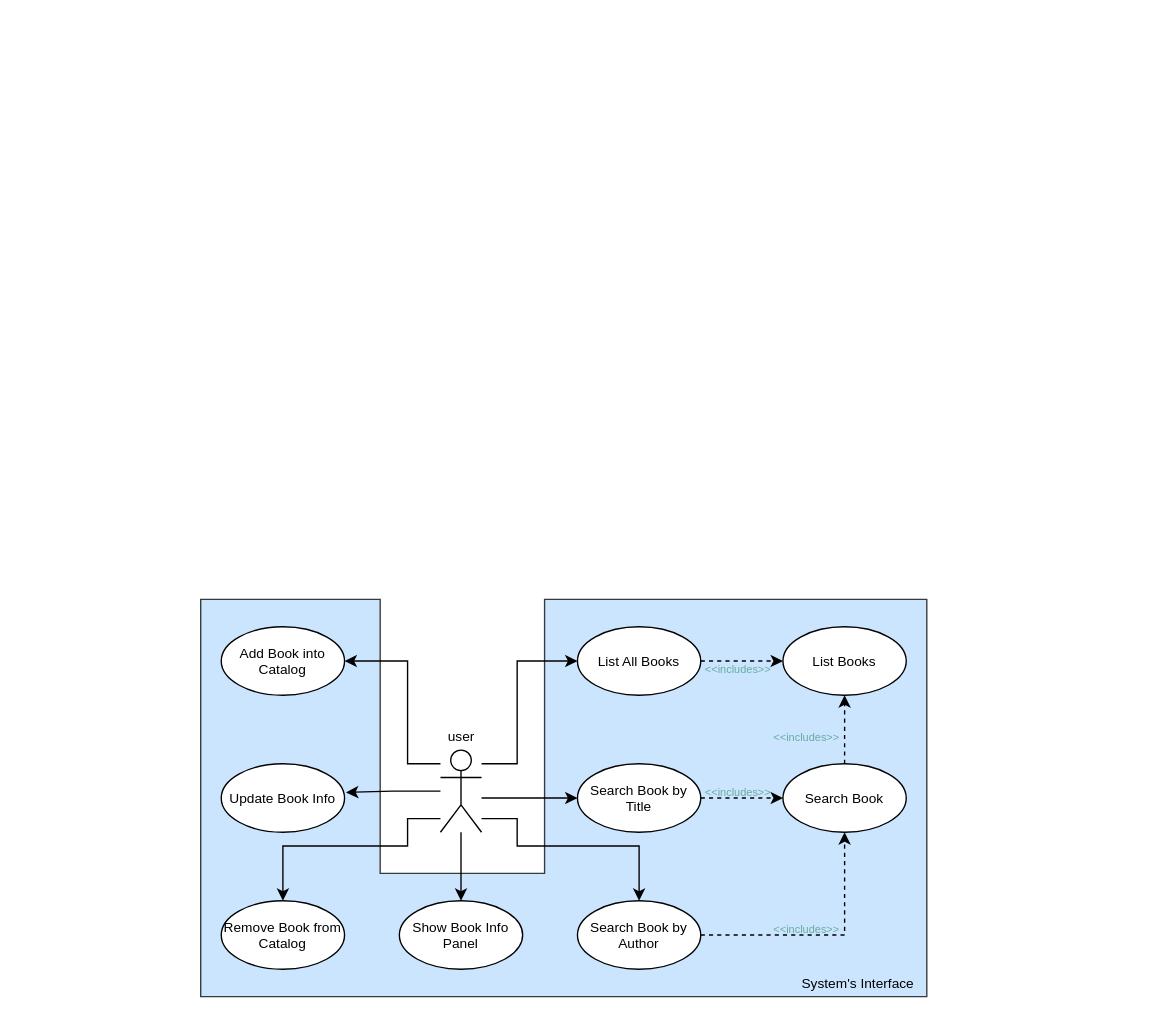
This is images/usecase-diagram.drawio from nasccped/PITCC-exercise, a draw.io file, before an edit. Source tidied: cells renumbered, new cells numbered last; positions are measured from the earlier drawing's top-left corner, leaving out a move shared by most shapes. Both pictures are drawn from the tidied source at 137%, with x=0, y=0 at pixel (200, 599).
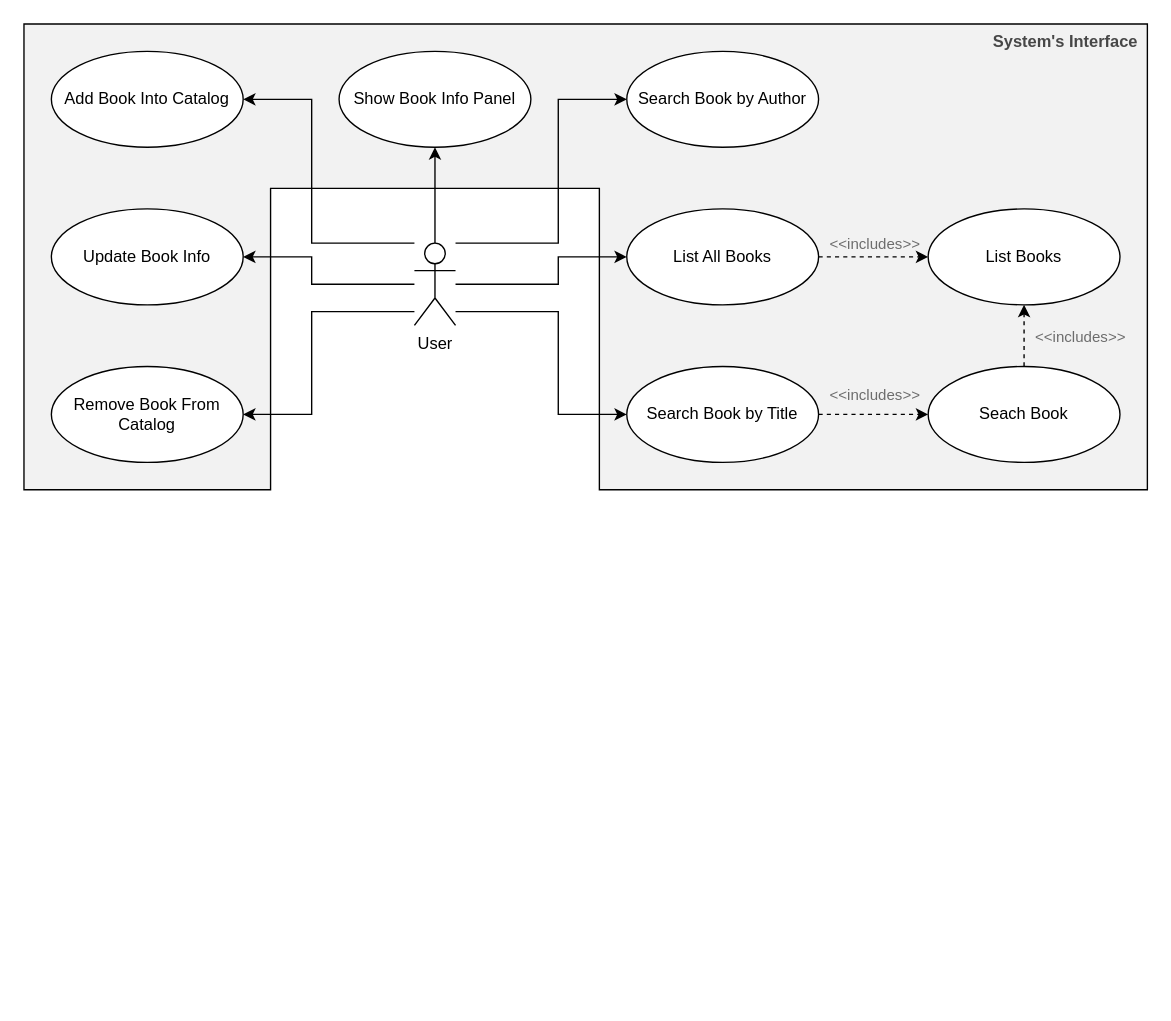
The same page after the edit.

Commit message (it also covers changes not shown here):
docs(fix): visual -> melhor representação

The edit, as a diff of the source:
```diff
@@
-<mxGraphModel background="light-dark(#FFFFFF,#FFFFFF)">
+<mxGraphModel>
@@
-    <mxCell id="2" style="shape=mxgraph.basic.polygon;polyCoords=[[0,0],[0.24717,0],[0.24717,0.68966],[0.47358,0.68966],[0.47358,0],[1,0],[1,1],[0,1]];polyCurves=[[],[],[],[],[],[],[],[]];polyline=0;whiteSpace=wrap;html=1;fillColor=light-dark(#CCE5FF,#9AC7BF);strokeColor=light-dark(#36393D,#1A1A1A);" parent="1" vertex="1">
-      <mxGeometry width="530" height="290" as="geometry" />
-    </mxCell>
-    <mxCell id="3" style="edgeStyle=orthogonalEdgeStyle;rounded=0;jettySize=auto;html=1;entryX=0;entryY=0.5;entryDx=0;entryDy=0;spacingTop=-80;spacing=0;strokeColor=light-dark(#000000,#1A1A1A);" parent="1" edge="1" source="9" target="19">
-      <mxGeometry relative="1" as="geometry">
-        <Array as="points">
-          <mxPoint x="231" y="120" />
-          <mxPoint x="231" y="45" />
-        </Array>
-      </mxGeometry>
-    </mxCell>
-    <mxCell id="4" style="edgeStyle=orthogonalEdgeStyle;rounded=0;jettySize=auto;html=1;entryX=0;entryY=0.5;entryDx=0;entryDy=0;spacingTop=-80;spacing=0;strokeColor=light-dark(#000000,#1A1A1A);" parent="1" edge="1" source="9" target="17">
-      <mxGeometry relative="1" as="geometry">
-        <Array as="points">
-          <mxPoint x="235" y="145" />
-          <mxPoint x="235" y="145" />
-        </Array>
-      </mxGeometry>
-    </mxCell>
-    <mxCell id="5" style="edgeStyle=orthogonalEdgeStyle;rounded=0;jettySize=auto;html=1;entryX=1;entryY=0.5;entryDx=0;entryDy=0;spacingTop=-80;spacing=0;strokeColor=light-dark(#000000,#1A1A1A);" parent="1" edge="1" source="9" target="21">
-      <mxGeometry relative="1" as="geometry">
-        <Array as="points">
-          <mxPoint x="151" y="120" />
-          <mxPoint x="151" y="45" />
-        </Array>
-      </mxGeometry>
-    </mxCell>
-    <mxCell id="6" style="edgeStyle=orthogonalEdgeStyle;rounded=0;jettySize=auto;html=1;entryX=0.5;entryY=0;entryDx=0;entryDy=0;spacingTop=-80;spacing=0;strokeColor=light-dark(#000000,#1A1A1A);" parent="1" edge="1" source="9" target="23">
-      <mxGeometry relative="1" as="geometry">
-        <Array as="points">
-          <mxPoint x="151" y="160" />
-          <mxPoint x="151" y="180" />
-          <mxPoint x="60" y="180" />
-        </Array>
-      </mxGeometry>
-    </mxCell>
-    <mxCell id="7" style="edgeStyle=orthogonalEdgeStyle;rounded=0;jettySize=auto;html=1;entryX=0.5;entryY=0;entryDx=0;entryDy=0;spacingTop=-80;spacing=0;strokeColor=light-dark(#000000,#1A1A1A);" parent="1" edge="1" source="9" target="20">
-      <mxGeometry relative="1" as="geometry" />
-    </mxCell>
-    <mxCell id="8" style="edgeStyle=orthogonalEdgeStyle;rounded=0;jettySize=auto;html=1;entryX=0.5;entryY=0;entryDx=0;entryDy=0;spacingTop=-80;spacing=0;strokeColor=light-dark(#000000,#1A1A1A);" parent="1" edge="1" source="9" target="13">
-      <mxGeometry relative="1" as="geometry">
-        <Array as="points">
-          <mxPoint x="231" y="160" />
-          <mxPoint x="231" y="180" />
-          <mxPoint x="320" y="180" />
-        </Array>
-      </mxGeometry>
-    </mxCell>
-    <mxCell id="9" value="user" style="shape=umlActor;verticalLabelPosition=bottom;verticalAlign=top;html=1;fontSize=10;spacingRight=0;spacingTop=-80;spacing=0;strokeColor=light-dark(#000000,#1A1A1A);fillColor=light-dark(#FFFFFF,#FFFFFF);fontColor=light-dark(#000000,#1A1A1A);" parent="1" vertex="1">
-      <mxGeometry x="175" y="110" width="30" height="60" as="geometry" />
-    </mxCell>
+    <mxCell id="29" style="shape=mxgraph.basic.polygon;polyCoords=[[0,1],[0.21951,1],[0.21951,0.35294],[0.5122,0.35294],[0.5122,1],[1,1],[1,0],[0,0]];polyCurves=[[],[],[],[],[],[],[],[]];polyline=0;whiteSpace=wrap;html=1;fillColor=light-dark(#f2f2f2, #B5739D);" parent="1" vertex="1">
+      <mxGeometry x="-129" y="-420" width="820" height="340" as="geometry" />
+    </mxCell>
+    <mxCell id="30" value="Add Book Into Catalog" style="ellipse;whiteSpace=wrap;html=1;" parent="1" vertex="1">
+      <mxGeometry x="-109" y="-400" width="140" height="70" as="geometry" />
+    </mxCell>
+    <mxCell id="22" value="Update Book Info" style="ellipse;whiteSpace=wrap;html=1;" parent="1" vertex="1">
+      <mxGeometry x="-109" y="-285" width="140" height="70" as="geometry" />
+    </mxCell>
+    <mxCell id="20" value="Show Book Info Panel" style="ellipse;whiteSpace=wrap;html=1;" parent="1" vertex="1">
+      <mxGeometry x="101" y="-400" width="140" height="70" as="geometry" />
+    </mxCell>
+    <mxCell id="18" style="edgeStyle=orthogonalEdgeStyle;rounded=0;jettySize=auto;html=1;entryX=0;entryY=0.5;entryDx=0;entryDy=0;dashed=1;" parent="1" edge="1" source="19" target="10">
+      <mxGeometry relative="1" as="geometry" />
+    </mxCell>
+    <mxCell id="31" value="&amp;lt;&amp;lt;includes&amp;gt;&amp;gt;" style="edgeLabel;html=1;align=center;verticalAlign=middle;labelBackgroundColor=none;textOpacity=55;" parent="18" vertex="1">
+      <mxGeometry x="-0.02" y="1" relative="1" as="geometry">
+        <mxPoint x="1" y="-9" as="offset" />
+      </mxGeometry>
+    </mxCell>
+    <mxCell id="19" value="List All Books" style="ellipse;whiteSpace=wrap;html=1;" parent="1" vertex="1">
+      <mxGeometry x="311" y="-285" width="140" height="70" as="geometry" />
+    </mxCell>
+    <mxCell id="32" style="edgeStyle=orthogonalEdgeStyle;rounded=0;jettySize=auto;html=1;entryX=0.5;entryY=1;entryDx=0;entryDy=0;dashed=1;" parent="1" edge="1" source="33" target="10">
+      <mxGeometry relative="1" as="geometry" />
+    </mxCell>
+    <mxCell id="33" value="Seach Book" style="ellipse;whiteSpace=wrap;html=1;" parent="1" vertex="1">
+      <mxGeometry x="531" y="-170" width="140" height="70" as="geometry" />
+    </mxCell>
+    <mxCell id="34" value="Remove Book From Catalog" style="ellipse;whiteSpace=wrap;html=1;" parent="1" vertex="1">
+      <mxGeometry x="-109" y="-170" width="140" height="70" as="geometry" />
+    </mxCell>
-    <mxCell id="10" value="List Books" style="ellipse;whiteSpace=wrap;html=1;fontSize=10;fontColor=light-dark(#000000,#1A1A1A);fillColor=light-dark(#FFFFFF,#D5E8D4);strokeColor=light-dark(#000000,#1A1A1A);" parent="1" vertex="1">
-      <mxGeometry x="425" y="20" width="90" height="50" as="geometry" />
+    <mxCell id="10" value="List Books" style="ellipse;whiteSpace=wrap;html=1;" parent="1" vertex="1">
+      <mxGeometry x="531" y="-285" width="140" height="70" as="geometry" />
     </mxCell>
-    <mxCell id="11" style="edgeStyle=orthogonalEdgeStyle;rounded=0;jettySize=auto;html=1;entryX=0.5;entryY=1;entryDx=0;entryDy=0;dashed=1;strokeColor=light-dark(#000000,#1A1A1A);" parent="1" edge="1" source="13" target="15">
-      <mxGeometry relative="1" as="geometry" />
-    </mxCell>
-    <mxCell id="12" value="&amp;lt;&amp;lt;includes&lt;span&gt;&amp;gt;&amp;gt;&lt;/span&gt;" style="edgeLabel;html=1;align=center;verticalAlign=middle;fontSize=8;labelBackgroundColor=none;fontColor=#67AB9F;labelBorderColor=none;" parent="11" vertex="1">
-      <mxGeometry x="-0.36" y="-1" relative="1" as="geometry">
-        <mxPoint x="18" y="-6" as="offset" />
-      </mxGeometry>
-    </mxCell>
-    <mxCell id="13" value="Search Book by Author" style="ellipse;whiteSpace=wrap;html=1;fontSize=10;fontColor=light-dark(#000000,#1A1A1A);fillColor=light-dark(#FFFFFF,#D5E8D4);strokeColor=light-dark(#000000,#1A1A1A);" parent="1" vertex="1">
-      <mxGeometry x="275" y="220" width="90" height="50" as="geometry" />
+    <mxCell id="13" value="Search Book by Author" style="ellipse;whiteSpace=wrap;html=1;" parent="1" vertex="1">
+      <mxGeometry x="311" y="-400" width="140" height="70" as="geometry" />
     </mxCell>
-    <mxCell id="14" style="edgeStyle=orthogonalEdgeStyle;rounded=0;jettySize=auto;html=1;entryX=0.5;entryY=1;entryDx=0;entryDy=0;dashed=1;strokeColor=light-dark(#000000,#1A1A1A);" parent="1" edge="1" source="15" target="10">
-      <mxGeometry relative="1" as="geometry" />
-    </mxCell>
-    <mxCell id="15" value="Search B&lt;span style=&quot;background-color: transparent;&quot;&gt;ook&lt;/span&gt;" style="ellipse;whiteSpace=wrap;html=1;fontSize=10;fontColor=light-dark(#000000,#1A1A1A);fillColor=light-dark(#FFFFFF,#D5E8D4);strokeColor=light-dark(#000000,#1A1A1A);" parent="1" vertex="1">
-      <mxGeometry x="425" y="120" width="90" height="50" as="geometry" />
-    </mxCell>
-    <mxCell id="16" style="edgeStyle=orthogonalEdgeStyle;rounded=0;jettySize=auto;html=1;entryX=0;entryY=0.5;entryDx=0;entryDy=0;dashed=1;strokeColor=light-dark(#000000,#1A1A1A);" parent="1" edge="1" source="17" target="15">
-      <mxGeometry relative="1" as="geometry" />
-    </mxCell>
+    <mxCell id="35" style="edgeStyle=orthogonalEdgeStyle;rounded=0;jettySize=auto;html=1;entryX=0;entryY=0.5;entryDx=0;entryDy=0;dashed=1;" parent="1" edge="1" source="17" target="33">
+      <mxGeometry relative="1" as="geometry" />
+    </mxCell>
-    <mxCell id="17" value="Search Book by Title" style="ellipse;whiteSpace=wrap;html=1;fontSize=10;fontColor=light-dark(#000000,#1A1A1A);fillColor=light-dark(#FFFFFF,#D5E8D4);strokeColor=light-dark(#000000,#1A1A1A);" parent="1" vertex="1">
-      <mxGeometry x="275" y="120" width="90" height="50" as="geometry" />
+    <mxCell id="17" value="Search Book by Title" style="ellipse;whiteSpace=wrap;html=1;" parent="1" vertex="1">
+      <mxGeometry x="311" y="-170" width="140" height="70" as="geometry" />
     </mxCell>
-    <mxCell id="18" style="edgeStyle=orthogonalEdgeStyle;rounded=0;jettySize=auto;html=1;entryX=0;entryY=0.5;entryDx=0;entryDy=0;dashed=1;strokeColor=light-dark(#000000,#1A1A1A);" parent="1" edge="1" source="19" target="10">
-      <mxGeometry relative="1" as="geometry" />
-    </mxCell>
-    <mxCell id="19" value="List All Books" style="ellipse;whiteSpace=wrap;html=1;labelBackgroundColor=none;fontSize=10;fontColor=light-dark(#000000,#1A1A1A);fillColor=light-dark(#FFFFFF,#D5E8D4);strokeColor=light-dark(#000000,#1A1A1A);" parent="1" vertex="1">
-      <mxGeometry x="275" y="20" width="90" height="50" as="geometry" />
-    </mxCell>
-    <mxCell id="20" value="Show Book Info Panel" style="ellipse;whiteSpace=wrap;html=1;fontSize=10;fontColor=light-dark(#000000,#1A1A1A);fillColor=light-dark(#FFFFFF,#D5E8D4);strokeColor=light-dark(#000000,#1A1A1A);" parent="1" vertex="1">
-      <mxGeometry x="145" y="220" width="90" height="50" as="geometry" />
-    </mxCell>
-    <mxCell id="21" value="Add Book into Catalog" style="ellipse;whiteSpace=wrap;html=1;fontSize=10;fontColor=light-dark(#000000,#1A1A1A);fillColor=light-dark(#FFFFFF,#D5E8D4);strokeColor=light-dark(#000000,#1A1A1A);" parent="1" vertex="1">
-      <mxGeometry x="15" y="20" width="90" height="50" as="geometry" />
-    </mxCell>
-    <mxCell id="22" value="Update Book Info" style="ellipse;whiteSpace=wrap;html=1;fontSize=10;fontColor=light-dark(#000000,#1A1A1A);fillColor=light-dark(#FFFFFF,#D5E8D4);strokeColor=light-dark(#000000,#1A1A1A);" parent="1" vertex="1">
-      <mxGeometry x="15" y="120" width="90" height="50" as="geometry" />
-    </mxCell>
-    <mxCell id="23" value="Remove Book from Catalog" style="ellipse;whiteSpace=wrap;html=1;fontSize=10;fontColor=light-dark(#000000,#1A1A1A);fillColor=light-dark(#FFFFFF,#D5E8D4);strokeColor=light-dark(#000000,#1A1A1A);" parent="1" vertex="1">
-      <mxGeometry x="15" y="220" width="90" height="50" as="geometry" />
-    </mxCell>
-    <mxCell id="24" style="edgeStyle=orthogonalEdgeStyle;rounded=0;jettySize=auto;html=1;entryX=1.012;entryY=0.418;entryDx=0;entryDy=0;entryPerimeter=0;spacingTop=-80;spacing=0;strokeColor=light-dark(#000000,#1A1A1A);" parent="1" edge="1" source="9" target="22">
-      <mxGeometry relative="1" as="geometry" />
-    </mxCell>
-    <mxCell id="25" value="&amp;lt;&amp;lt;includes&lt;span&gt;&amp;gt;&amp;gt;&lt;/span&gt;" style="edgeLabel;html=1;align=center;verticalAlign=middle;fontSize=8;labelBackgroundColor=none;fontColor=#67AB9F;labelBorderColor=none;" parent="1" vertex="1">
-      <mxGeometry x="391" y="140" as="geometry" />
-    </mxCell>
-    <mxCell id="26" value="&amp;lt;&amp;lt;includes&lt;span&gt;&amp;gt;&amp;gt;&lt;/span&gt;" style="edgeLabel;html=1;align=center;verticalAlign=middle;fontSize=8;labelBackgroundColor=none;fontColor=#67AB9F;labelBorderColor=none;" parent="1" vertex="1">
-      <mxGeometry x="441" y="100" as="geometry" />
-    </mxCell>
-    <mxCell id="27" value="&amp;lt;&amp;lt;includes&lt;span&gt;&amp;gt;&amp;gt;&lt;/span&gt;" style="edgeLabel;html=1;align=center;verticalAlign=middle;fontSize=8;labelBackgroundColor=none;fontColor=#67AB9F;labelBorderColor=none;" parent="1" vertex="1">
-      <mxGeometry x="391" y="50" as="geometry" />
-    </mxCell>
+    <mxCell id="36" style="edgeStyle=orthogonalEdgeStyle;rounded=0;jettySize=auto;html=1;entryX=1;entryY=0.5;entryDx=0;entryDy=0;" parent="1" edge="1" source="43" target="22">
+      <mxGeometry relative="1" as="geometry">
+        <Array as="points">
+          <mxPoint x="81" y="-230" />
+          <mxPoint x="81" y="-250" />
+        </Array>
+      </mxGeometry>
+    </mxCell>
+    <mxCell id="37" style="edgeStyle=orthogonalEdgeStyle;rounded=0;jettySize=auto;html=1;entryX=1;entryY=0.5;entryDx=0;entryDy=0;" parent="1" edge="1" source="43" target="34">
+      <mxGeometry relative="1" as="geometry">
+        <Array as="points">
+          <mxPoint x="81" y="-210" />
+          <mxPoint x="81" y="-135" />
+        </Array>
+      </mxGeometry>
+    </mxCell>
+    <mxCell id="38" style="edgeStyle=orthogonalEdgeStyle;rounded=0;jettySize=auto;html=1;entryX=1;entryY=0.5;entryDx=0;entryDy=0;" parent="1" edge="1" source="43" target="30">
+      <mxGeometry relative="1" as="geometry">
+        <Array as="points">
+          <mxPoint x="81" y="-260" />
+          <mxPoint x="81" y="-365" />
+        </Array>
+      </mxGeometry>
+    </mxCell>
+    <mxCell id="39" style="edgeStyle=orthogonalEdgeStyle;rounded=0;jettySize=auto;html=1;entryX=0.5;entryY=1;entryDx=0;entryDy=0;" parent="1" edge="1" source="43" target="20">
+      <mxGeometry relative="1" as="geometry" />
+    </mxCell>
+    <mxCell id="40" style="edgeStyle=orthogonalEdgeStyle;rounded=0;jettySize=auto;html=1;entryX=0;entryY=0.5;entryDx=0;entryDy=0;" parent="1" edge="1" source="43" target="19">
+      <mxGeometry relative="1" as="geometry">
+        <Array as="points">
+          <mxPoint x="261" y="-230" />
+          <mxPoint x="261" y="-250" />
+        </Array>
+      </mxGeometry>
+    </mxCell>
+    <mxCell id="41" style="edgeStyle=orthogonalEdgeStyle;rounded=0;jettySize=auto;html=1;entryX=0;entryY=0.5;entryDx=0;entryDy=0;" parent="1" edge="1" source="43" target="17">
+      <mxGeometry relative="1" as="geometry">
+        <Array as="points">
+          <mxPoint x="261" y="-210" />
+          <mxPoint x="261" y="-135" />
+        </Array>
+      </mxGeometry>
+    </mxCell>
+    <mxCell id="42" style="edgeStyle=orthogonalEdgeStyle;rounded=0;jettySize=auto;html=1;entryX=0;entryY=0.5;entryDx=0;entryDy=0;" parent="1" edge="1" source="43" target="13">
+      <mxGeometry relative="1" as="geometry">
+        <Array as="points">
+          <mxPoint x="261" y="-260" />
+          <mxPoint x="261" y="-365" />
+        </Array>
+      </mxGeometry>
+    </mxCell>
+    <mxCell id="43" value="User" style="shape=umlActor;verticalLabelPosition=bottom;verticalAlign=top;html=1;" parent="1" vertex="1">
+      <mxGeometry x="156" y="-260" width="30" height="60" as="geometry" />
+    </mxCell>
-    <mxCell id="28" value="System's Interface" style="text;html=1;whiteSpace=wrap;strokeColor=none;fillColor=none;align=center;verticalAlign=middle;rounded=0;fontSize=10;fontColor=light-dark(#000000,#1A1A1A);" parent="1" vertex="1">
-      <mxGeometry x="425" y="270" width="110" height="20" as="geometry" />
+    <mxCell id="28" value="System's Interface" style="text;align=center;fontStyle=1;verticalAlign=middle;spacingLeft=3;spacingRight=3;strokeColor=none;html=1;textOpacity=70;" parent="1" vertex="1">
+      <mxGeometry x="571" y="-420" width="120" height="26" as="geometry" />
     </mxCell>
+    <mxCell id="44" value="&amp;lt;&amp;lt;includes&amp;gt;&amp;gt;" style="edgeLabel;html=1;align=center;verticalAlign=middle;labelBackgroundColor=none;textOpacity=55;" parent="1" vertex="1">
+      <mxGeometry x="491" y="-150" as="geometry" />
+    </mxCell>
+    <mxCell id="45" value="&amp;lt;&amp;lt;includes&amp;gt;&amp;gt;" style="edgeLabel;html=1;align=center;verticalAlign=middle;labelBackgroundColor=none;textOpacity=55;" parent="1" vertex="1">
+      <mxGeometry x="641" y="-192" as="geometry" />
+    </mxCell>
```
